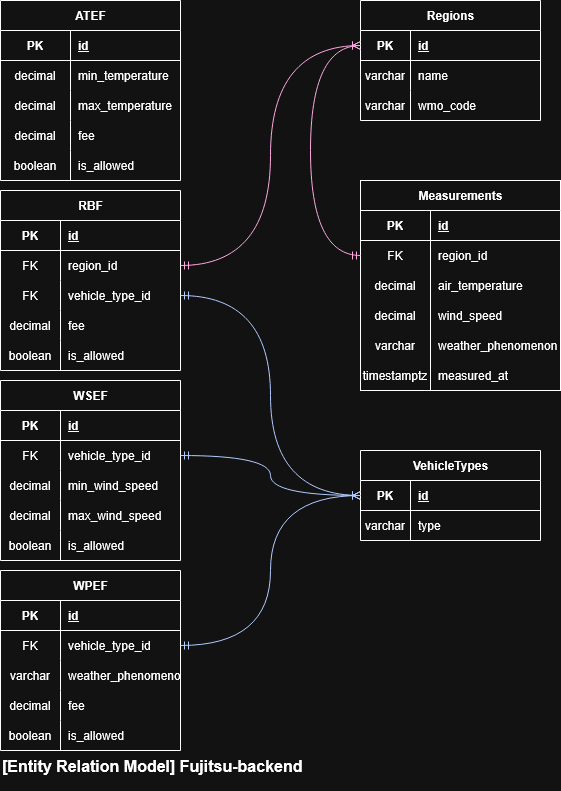
Before: docs/images/Entity-Relation-model.drawio.png, a diagram exported from draw.io (No1Evil/Food-Delivery-Fees). Source tidied: cells renumbered, new cells last; positions are measured from the earlier drawing's top-left corner, leaving out a move shared by most shapes.
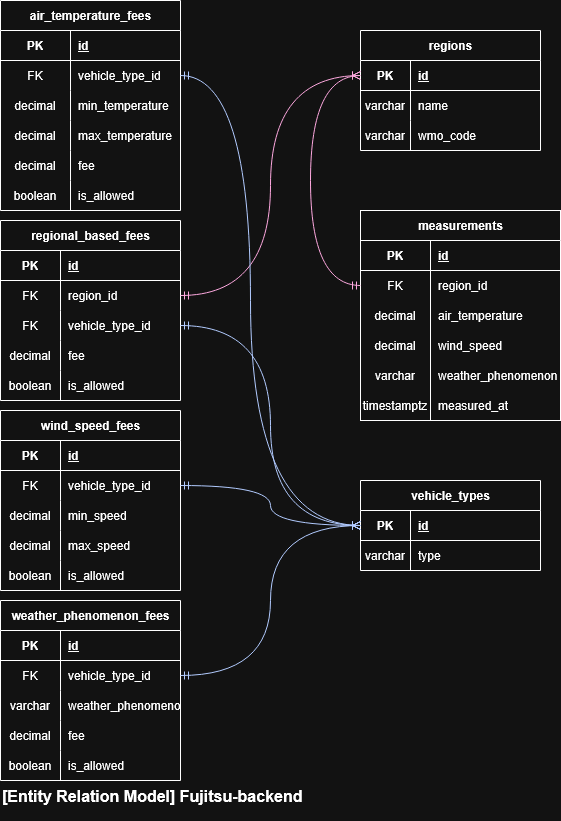
The same file after the commit.

What changed in the source:
```diff
@@ -2,7 +2,7 @@
   <root>
     <mxCell id="0" />
     <mxCell id="1" parent="0" />
-    <mxCell id="2" value="Measurements" style="shape=table;startSize=30;rowLines=0;fontStyle=1;align=center;html=1;" parent="1" vertex="1">
+    <mxCell id="2" value="&lt;div&gt;measurements&lt;/div&gt;" style="shape=table;startSize=30;rowLines=0;fontStyle=1;align=center;html=1;" parent="1" vertex="1">
       <mxGeometry x="360" y="180" width="200" height="210" as="geometry" />
     </mxCell>
     <mxCell id="3" style="shape=tableRow;horizontal=0;startSize=0;swimlaneHead=0;swimlaneBody=0;fillColor=none;top=0;left=0;right=0;bottom=1;" parent="2" vertex="1">
@@ -59,7 +59,7 @@
     <mxCell id="20" value="measured_at" style="shape=partialRectangle;fillColor=none;top=0;left=0;bottom=0;right=0;align=left;spacingLeft=6;overflow=hidden;" parent="18" vertex="1">
       <mxGeometry x="70" width="130" height="30" as="geometry" />
     </mxCell>
-    <mxCell id="21" value="RBF" style="shape=table;startSize=30;rowLines=0;fontStyle=1;align=center;html=1;" parent="1" vertex="1">
+    <mxCell id="21" value="regional_based_fees" style="shape=table;startSize=30;rowLines=0;fontStyle=1;align=center;html=1;" parent="1" vertex="1">
       <mxGeometry y="190" width="180" height="180" as="geometry" />
     </mxCell>
     <mxCell id="22" style="shape=tableRow;horizontal=0;startSize=0;swimlaneHead=0;swimlaneBody=0;fillColor=none;top=0;left=0;right=0;bottom=1;" parent="21" vertex="1">
@@ -107,7 +107,7 @@
     <mxCell id="36" value="is_allowed" style="shape=partialRectangle;fillColor=none;top=0;left=0;bottom=0;right=0;align=left;spacingLeft=6;overflow=hidden;" parent="34" vertex="1">
       <mxGeometry x="60" width="120" height="30" as="geometry" />
     </mxCell>
-    <mxCell id="37" value="VehicleTypes" style="shape=table;startSize=30;rowLines=0;fontStyle=1;align=center;html=1;" parent="1" vertex="1">
+    <mxCell id="37" value="vehicle_types" style="shape=table;startSize=30;rowLines=0;fontStyle=1;align=center;html=1;" parent="1" vertex="1">
       <mxGeometry x="360" y="450" width="180" height="90" as="geometry" />
     </mxCell>
     <mxCell id="38" style="shape=tableRow;horizontal=0;startSize=0;swimlaneHead=0;swimlaneBody=0;fillColor=none;points=[[0,0.5],[1,0.5]];portConstraint=eastwest;top=0;left=0;right=0;bottom=1;" parent="37" vertex="1">
@@ -128,7 +128,7 @@
     <mxCell id="43" value="type" style="shape=partialRectangle;fillColor=none;top=0;left=0;bottom=0;right=0;align=left;spacingLeft=6;overflow=hidden;whiteSpace=wrap;html=1;" parent="41" vertex="1">
       <mxGeometry x="50" width="130" height="30" as="geometry" />
     </mxCell>
-    <mxCell id="44" value="Regions" style="shape=table;startSize=30;rowLines=0;fontStyle=1;align=center;html=1;" parent="1" vertex="1">
+    <mxCell id="44" value="regions" style="shape=table;startSize=30;rowLines=0;fontStyle=1;align=center;html=1;" parent="1" vertex="1">
       <mxGeometry x="360" width="180" height="120" as="geometry" />
     </mxCell>
     <mxCell id="45" style="shape=tableRow;horizontal=0;startSize=0;swimlaneHead=0;swimlaneBody=0;fillColor=none;points=[[0,0.5],[1,0.5]];portConstraint=eastwest;top=0;left=0;right=0;bottom=1;" parent="44" vertex="1">
@@ -158,8 +158,8 @@
     <mxCell id="53" value="wmo_code" style="shape=partialRectangle;fillColor=none;top=0;left=0;bottom=0;right=0;align=left;spacingLeft=6;overflow=hidden;" parent="51" vertex="1">
       <mxGeometry x="50" width="130" height="30" as="geometry" />
     </mxCell>
-    <mxCell id="54" value="ATEF" style="shape=table;startSize=30;rowLines=0;fontStyle=1;align=center;html=1;" parent="1" vertex="1">
-      <mxGeometry width="180" height="180" as="geometry" />
+    <mxCell id="54" value="air_temperature_fees" style="shape=table;startSize=30;rowLines=0;fontStyle=1;align=center;html=1;" parent="1" vertex="1">
+      <mxGeometry y="-30" width="180" height="210" as="geometry" />
     </mxCell>
     <mxCell id="55" style="shape=tableRow;horizontal=0;startSize=0;swimlaneHead=0;swimlaneBody=0;fillColor=none;top=0;left=0;right=0;bottom=1;" parent="54" vertex="1">
       <mxGeometry y="30" width="180" height="30" as="geometry" />
@@ -170,8 +170,17 @@
     <mxCell id="57" value="id" style="shape=partialRectangle;fillColor=none;top=0;left=0;bottom=0;right=0;align=left;spacingLeft=6;fontStyle=5;overflow=hidden;whiteSpace=wrap;html=1;" parent="55" vertex="1">
       <mxGeometry x="70" width="110" height="30" as="geometry" />
     </mxCell>
+    <mxCell id="108" style="shape=tableRow;horizontal=0;startSize=0;swimlaneHead=0;swimlaneBody=0;fillColor=none;points=[[0,0.5],[1,0.5]];portConstraint=eastwest;top=0;left=0;right=0;bottom=0;" parent="54" vertex="1">
+      <mxGeometry y="60" width="180" height="30" as="geometry" />
+    </mxCell>
+    <mxCell id="109" value="FK" style="shape=partialRectangle;fillColor=none;top=0;left=0;bottom=0;right=0;overflow=hidden;" parent="108" vertex="1">
+      <mxGeometry width="70" height="30" as="geometry" />
+    </mxCell>
+    <mxCell id="110" value="vehicle_type_id" style="shape=partialRectangle;fillColor=none;top=0;left=0;bottom=0;right=0;align=left;spacingLeft=6;overflow=hidden;" parent="108" vertex="1">
+      <mxGeometry x="70" width="110" height="30" as="geometry" />
+    </mxCell>
     <mxCell id="58" style="shape=tableRow;horizontal=0;startSize=0;swimlaneHead=0;swimlaneBody=0;fillColor=none;top=0;left=0;right=0;bottom=0;" parent="54" vertex="1">
-      <mxGeometry y="60" width="180" height="30" as="geometry" />
+      <mxGeometry y="90" width="180" height="30" as="geometry" />
     </mxCell>
     <mxCell id="59" value="decimal" style="shape=partialRectangle;fillColor=none;top=0;left=0;bottom=0;right=0;overflow=hidden;whiteSpace=wrap;html=1;" parent="58" vertex="1">
       <mxGeometry width="70" height="30" as="geometry" />
@@ -180,7 +189,7 @@
       <mxGeometry x="70" width="110" height="30" as="geometry" />
     </mxCell>
     <mxCell id="61" style="shape=tableRow;horizontal=0;startSize=0;swimlaneHead=0;swimlaneBody=0;fillColor=none;top=0;left=0;right=0;bottom=0;" parent="54" vertex="1">
-      <mxGeometry y="90" width="180" height="30" as="geometry" />
+      <mxGeometry y="120" width="180" height="30" as="geometry" />
     </mxCell>
     <mxCell id="62" value="decimal" style="shape=partialRectangle;fillColor=none;top=0;left=0;bottom=0;right=0;overflow=hidden;whiteSpace=wrap;html=1;" parent="61" vertex="1">
       <mxGeometry width="70" height="30" as="geometry" />
@@ -189,7 +198,7 @@
       <mxGeometry x="70" width="110" height="30" as="geometry" />
     </mxCell>
     <mxCell id="64" style="shape=tableRow;horizontal=0;startSize=0;swimlaneHead=0;swimlaneBody=0;fillColor=none;top=0;left=0;right=0;bottom=0;" parent="54" vertex="1">
-      <mxGeometry y="120" width="180" height="30" as="geometry" />
+      <mxGeometry y="150" width="180" height="30" as="geometry" />
     </mxCell>
     <mxCell id="65" value="decimal" style="shape=partialRectangle;fillColor=none;top=0;left=0;bottom=0;right=0;overflow=hidden;whiteSpace=wrap;html=1;" parent="64" vertex="1">
       <mxGeometry width="70" height="30" as="geometry" />
@@ -198,7 +207,7 @@
       <mxGeometry x="70" width="110" height="30" as="geometry" />
     </mxCell>
     <mxCell id="67" style="shape=tableRow;horizontal=0;startSize=0;swimlaneHead=0;swimlaneBody=0;fillColor=none;top=0;left=0;right=0;bottom=0;" parent="54" vertex="1">
-      <mxGeometry y="150" width="180" height="30" as="geometry" />
+      <mxGeometry y="180" width="180" height="30" as="geometry" />
     </mxCell>
     <mxCell id="68" value="boolean" style="shape=partialRectangle;fillColor=none;top=0;left=0;bottom=0;right=0;overflow=hidden;" parent="67" vertex="1">
       <mxGeometry width="70" height="30" as="geometry" />
@@ -206,7 +215,7 @@
     <mxCell id="69" value="is_allowed" style="shape=partialRectangle;fillColor=none;top=0;left=0;bottom=0;right=0;align=left;spacingLeft=6;overflow=hidden;" parent="67" vertex="1">
       <mxGeometry x="70" width="110" height="30" as="geometry" />
     </mxCell>
-    <mxCell id="70" value="WSEF" style="shape=table;startSize=30;rowLines=0;fontStyle=1;align=center;html=1;" parent="1" vertex="1">
+    <mxCell id="70" value="wind_speed_fees" style="shape=table;startSize=30;rowLines=0;fontStyle=1;align=center;html=1;" parent="1" vertex="1">
       <mxGeometry y="380" width="180" height="180" as="geometry" />
     </mxCell>
     <mxCell id="71" style="shape=tableRow;horizontal=0;startSize=0;swimlaneHead=0;swimlaneBody=0;fillColor=none;top=0;left=0;right=0;bottom=1;" parent="70" vertex="1">
@@ -233,7 +242,7 @@
     <mxCell id="78" value="decimal" style="shape=partialRectangle;fillColor=none;top=0;left=0;bottom=0;right=0;overflow=hidden;whiteSpace=wrap;html=1;" parent="77" vertex="1">
       <mxGeometry width="60" height="30" as="geometry" />
     </mxCell>
-    <mxCell id="79" value="min_wind_speed" style="shape=partialRectangle;fillColor=none;top=0;left=0;bottom=0;right=0;align=left;spacingLeft=6;overflow=hidden;whiteSpace=wrap;html=1;" parent="77" vertex="1">
+    <mxCell id="79" value="min_speed" style="shape=partialRectangle;fillColor=none;top=0;left=0;bottom=0;right=0;align=left;spacingLeft=6;overflow=hidden;whiteSpace=wrap;html=1;" parent="77" vertex="1">
       <mxGeometry x="60" width="120" height="30" as="geometry" />
     </mxCell>
     <mxCell id="80" style="shape=tableRow;horizontal=0;startSize=0;swimlaneHead=0;swimlaneBody=0;fillColor=none;top=0;left=0;right=0;bottom=0;" parent="70" vertex="1">
@@ -242,7 +251,7 @@
     <mxCell id="81" value="decimal" style="shape=partialRectangle;fillColor=none;top=0;left=0;bottom=0;right=0;overflow=hidden;whiteSpace=wrap;html=1;" parent="80" vertex="1">
       <mxGeometry width="60" height="30" as="geometry" />
     </mxCell>
-    <mxCell id="82" value="max_wind_speed" style="shape=partialRectangle;fillColor=none;top=0;left=0;bottom=0;right=0;align=left;spacingLeft=6;overflow=hidden;whiteSpace=wrap;html=1;" parent="80" vertex="1">
+    <mxCell id="82" value="max_speed" style="shape=partialRectangle;fillColor=none;top=0;left=0;bottom=0;right=0;align=left;spacingLeft=6;overflow=hidden;whiteSpace=wrap;html=1;" parent="80" vertex="1">
       <mxGeometry x="60" width="120" height="30" as="geometry" />
     </mxCell>
     <mxCell id="83" style="shape=tableRow;horizontal=0;startSize=0;swimlaneHead=0;swimlaneBody=0;fillColor=none;top=0;left=0;right=0;bottom=0;" parent="70" vertex="1">
@@ -254,7 +263,7 @@
     <mxCell id="85" value="is_allowed" style="shape=partialRectangle;fillColor=none;top=0;left=0;bottom=0;right=0;align=left;spacingLeft=6;overflow=hidden;" parent="83" vertex="1">
       <mxGeometry x="60" width="120" height="30" as="geometry" />
     </mxCell>
-    <mxCell id="86" value="WPEF" style="shape=table;startSize=30;rowLines=0;fontStyle=1;align=center;html=1;" parent="1" vertex="1">
+    <mxCell id="86" value="weather_phenomenon_fees" style="shape=table;startSize=30;rowLines=0;fontStyle=1;align=center;html=1;" parent="1" vertex="1">
       <mxGeometry y="570" width="180" height="180" as="geometry" />
     </mxCell>
     <mxCell id="87" style="shape=tableRow;horizontal=0;startSize=0;swimlaneHead=0;swimlaneBody=0;fillColor=none;top=0;left=0;right=0;bottom=1;" parent="86" vertex="1">
@@ -327,5 +336,13 @@
         </Array>
       </mxGeometry>
     </mxCell>
+    <mxCell id="111" style="edgeStyle=orthogonalEdgeStyle;fontSize=12;html=1;endArrow=ERoneToMany;startArrow=ERmandOne;rounded=0;entryX=0;entryY=0.5;entryDx=0;entryDy=0;exitX=1;exitY=0.5;exitDx=0;exitDy=0;fillColor=#0050ef;strokeColor=#001DBC;curved=1;" parent="1" edge="1" source="108" target="38">
+      <mxGeometry relative="1" as="geometry">
+        <Array as="points">
+          <mxPoint x="250" y="45" />
+          <mxPoint x="250" y="495" />
+        </Array>
+      </mxGeometry>
+    </mxCell>
   </root>
 </mxGraphModel>
```
